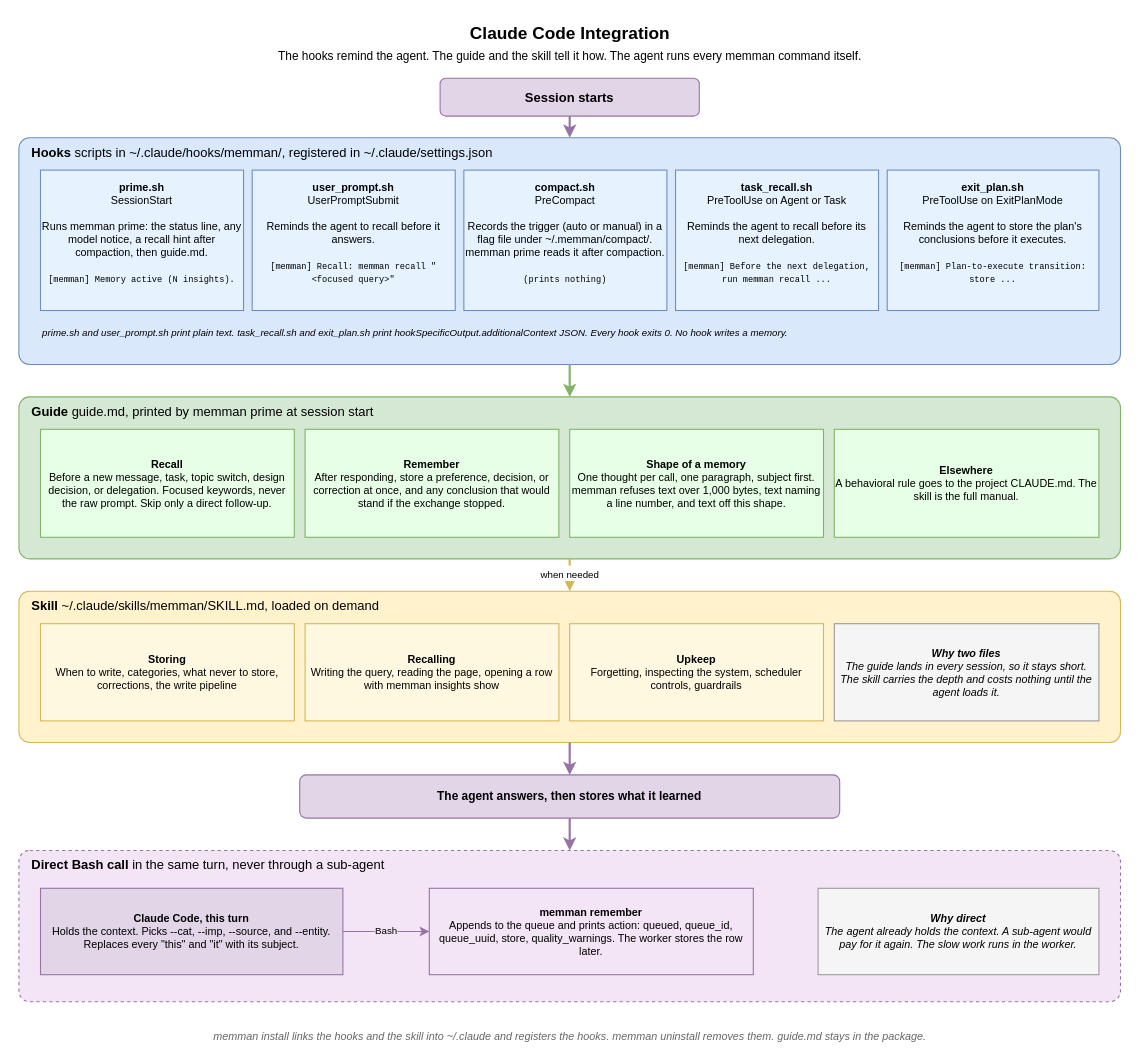
This is docs/diagrams/06-integration.drawio from bissli/memman, a draw.io file, before an edit. Source tidied: cells renumbered, new cells numbered last; positions are measured from the earlier drawing's top-left corner, leaving out a move shared by most shapes. Both pictures are drawn from the tidied source at 108%, with x=0, y=0 at pixel (18, 18).
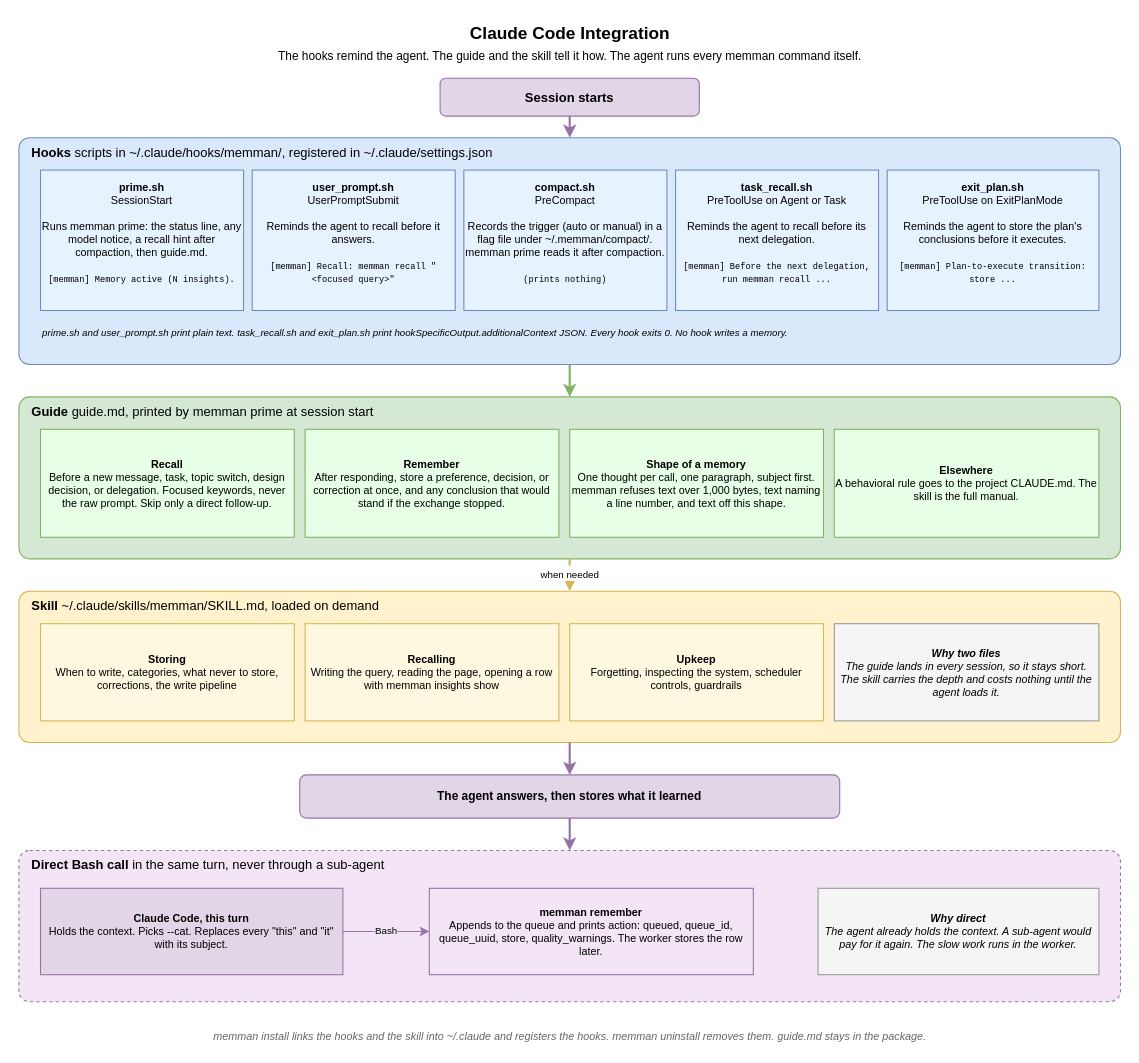
After the change.

Change to the diagram source:
```diff
@@
-    <mxCell id="23" value="&lt;b&gt;Claude Code, this turn&lt;/b&gt;&lt;br&gt;Holds the context. Picks --cat, --imp, --source, and --entity. Replaces every &quot;this&quot; and &quot;it&quot; with its subject." style="rounded=0;whiteSpace=wrap;html=1;fillColor=#e1d5e7;strokeColor=#9673a6;fontSize=10;" parent="1" vertex="1">
+    <mxCell id="23" value="&lt;b&gt;Claude Code, this turn&lt;/b&gt;&lt;br&gt;Holds the context. Picks --cat. Replaces every &quot;this&quot; and &quot;it&quot; with its subject." style="rounded=0;whiteSpace=wrap;html=1;fillColor=#e1d5e7;strokeColor=#9673a6;fontSize=10;" parent="1" vertex="1">
       <mxGeometry x="20" y="805" width="280" height="80" as="geometry" />
     </mxCell>
```
